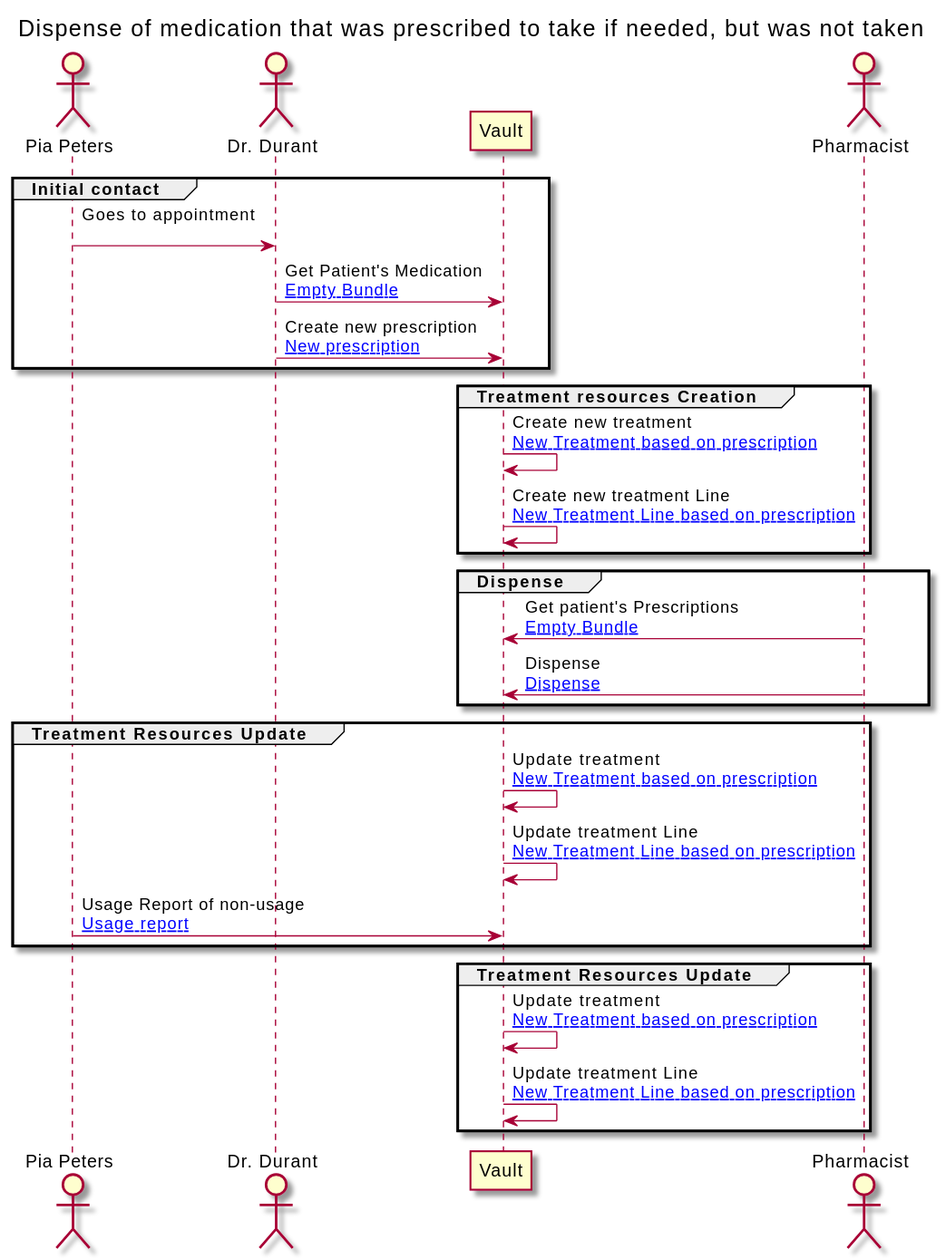
Earlier version of the PlantUML export branches/master/ExampleScenario-example-7-scenario.svg (JensPenny/medication-record).
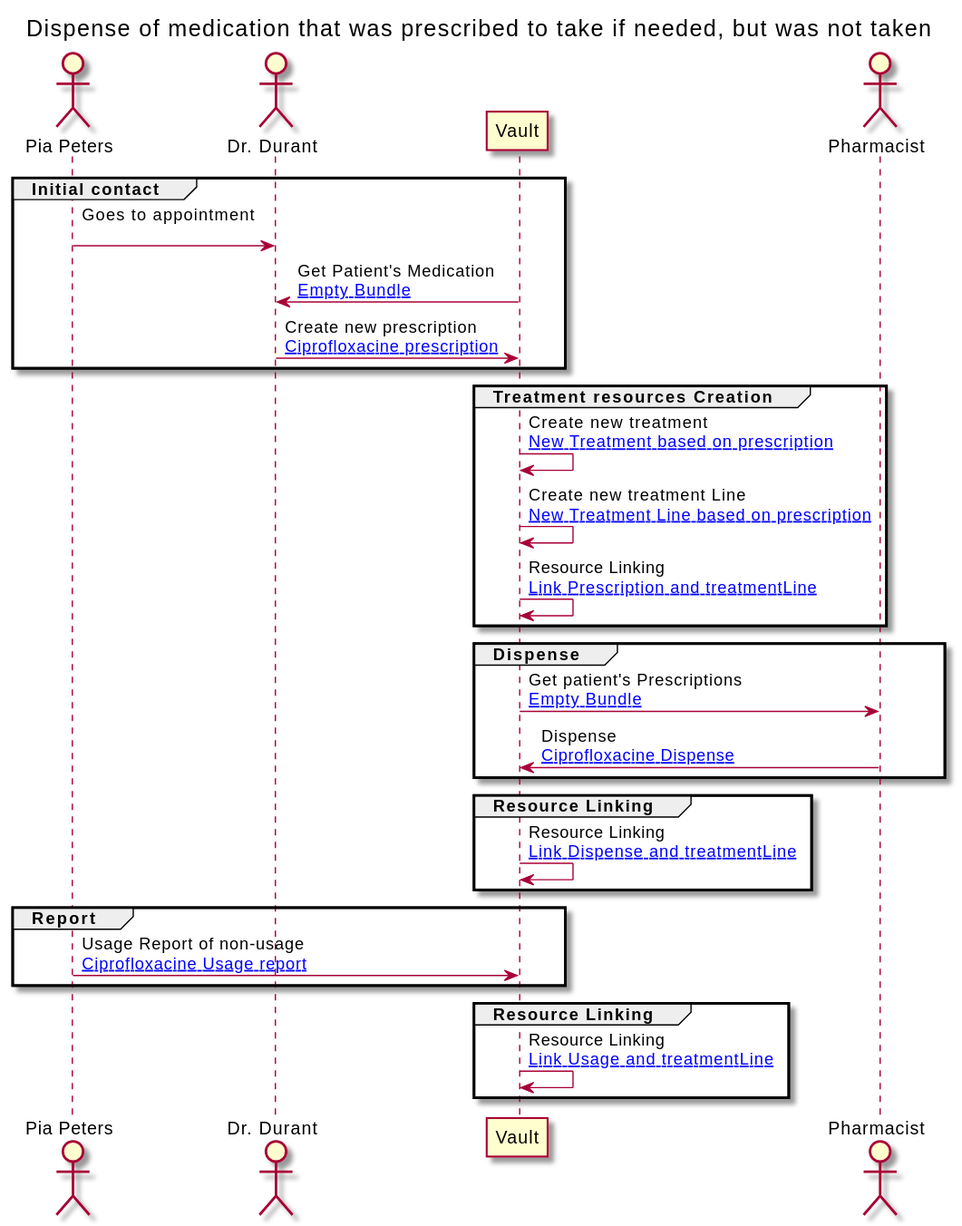
After the commit.

What changed in the source:
```diff
@@ -16,33 +16,36 @@
 group Initial contact
 
 PATIENT -> GP : Goes to appointment\n
-GP -> VAULT : Get Patient's Medication\n[[ExampleScenario-example-7-scenario-resources.html#EB Empty Bundle]]
-GP -> VAULT : Create new prescription\n[[ExampleScenario-example-7-scenario-resources.html#7-prescription New prescription]]
+VAULT -> GP : Get Patient's Medication\n[[ExampleScenario-example-7-scenario-resources.html#EB Empty Bundle]]
+GP -> VAULT : Create new prescription\n[[ExampleScenario-example-7-scenario-resources.html#7-prescription Ciprofloxacine prescription]]
 end
 
 group Treatment resources Creation
 
 VAULT -> VAULT : Create new treatment\n[[ExampleScenario-example-7-scenario-resources.html#7-treatment New Treatment based on prescription]]
 VAULT -> VAULT : Create new treatment Line\n[[ExampleScenario-example-7-scenario-resources.html#7-treatmentLine New Treatment Line based on prescription]]
+VAULT -> VAULT : Resource Linking\n[[ExampleScenario-example-7-scenario-resources.html#7-1-provenance Link Prescription and treatmentLine]]
 end
 
 group Dispense
 
-PHARM -> VAULT : Get patient's Prescriptions\n[[ExampleScenario-example-7-scenario-resources.html#EB Empty Bundle]]
-PHARM -> VAULT : Dispense\n[[ExampleScenario-example-7-scenario-resources.html#7-dispense Dispense]]
+VAULT -> PHARM : Get patient's Prescriptions\n[[ExampleScenario-example-7-scenario-resources.html#EB Empty Bundle]]
+PHARM -> VAULT : Dispense\n[[ExampleScenario-example-7-scenario-resources.html#7-dispense Ciprofloxacine Dispense]]
 end
 
-group Treatment Resources Update
+group Resource Linking
 
-VAULT -> VAULT : Update treatment\n[[ExampleScenario-example-7-scenario-resources.html#7-treatment New Treatment based on prescription]]
-VAULT -> VAULT : Update treatment Line\n[[ExampleScenario-example-7-scenario-resources.html#7-treatmentLine New Treatment Line based on prescription]]
-PATIENT -> VAULT : Usage Report of non-usage\n[[ExampleScenario-example-7-scenario-resources.html#7-usage Usage report]]
+VAULT -> VAULT : Resource Linking\n[[ExampleScenario-example-7-scenario-resources.html#7-2-provenance Link Dispense and treatmentLine]]
 end
 
-group Treatment Resources Update
+group Report
 
-VAULT -> VAULT : Update treatment\n[[ExampleScenario-example-7-scenario-resources.html#7-treatment New Treatment based on prescription]]
-VAULT -> VAULT : Update treatment Line\n[[ExampleScenario-example-7-scenario-resources.html#7-treatmentLine New Treatment Line based on prescription]]
+PATIENT -> VAULT : Usage Report of non-usage\n[[ExampleScenario-example-7-scenario-resources.html#7-usage Ciprofloxacine Usage report]]
+end
+
+group Resource Linking
+
+VAULT -> VAULT : Resource Linking\n[[ExampleScenario-example-7-scenario-resources.html#7-3-provenance Link Usage and treatmentLine]]
 end
 
 
```
